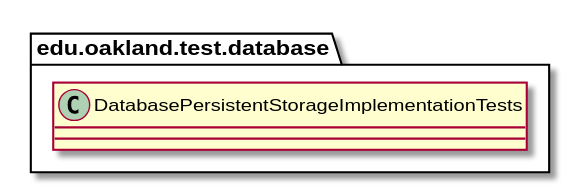
This is docs/uml-class-diagrams/database/test/DatabasePersistentStorageImplementationTests/DatabasePersistentStorageImplementationTests.svg from elilley15/csi-3370-software-project, a PlantUML export, as it was before one commit. The source it was exported from:
```plantuml
@startuml DatabasePersistentStorageImplementationTests

package edu.oakland.test.database {
    class DatabasePersistentStorageImplementationTests {

    }
}

@enduml
```
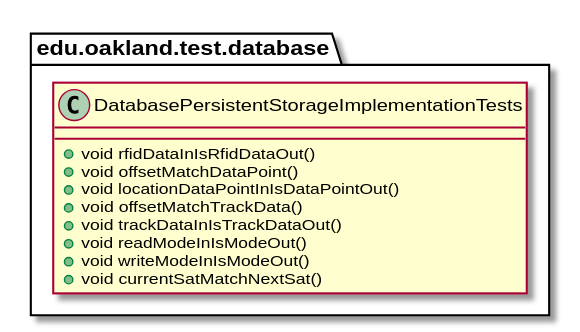
Later version of the same file.

The edit, as a diff of the source:
```diff
@@ -2,7 +2,14 @@
 
 package edu.oakland.test.database {
     class DatabasePersistentStorageImplementationTests {
-
+        + void rfidDataInIsRfidDataOut()
+        + void offsetMatchDataPoint()
+        + void locationDataPointInIsDataPointOut()
+        + void offsetMatchTrackData()
+        + void trackDataInIsTrackDataOut()
+        + void readModeInIsModeOut()
+        + void writeModeInIsModeOut()
+        + void currentSatMatchNextSat()
     }
 }
 
```
